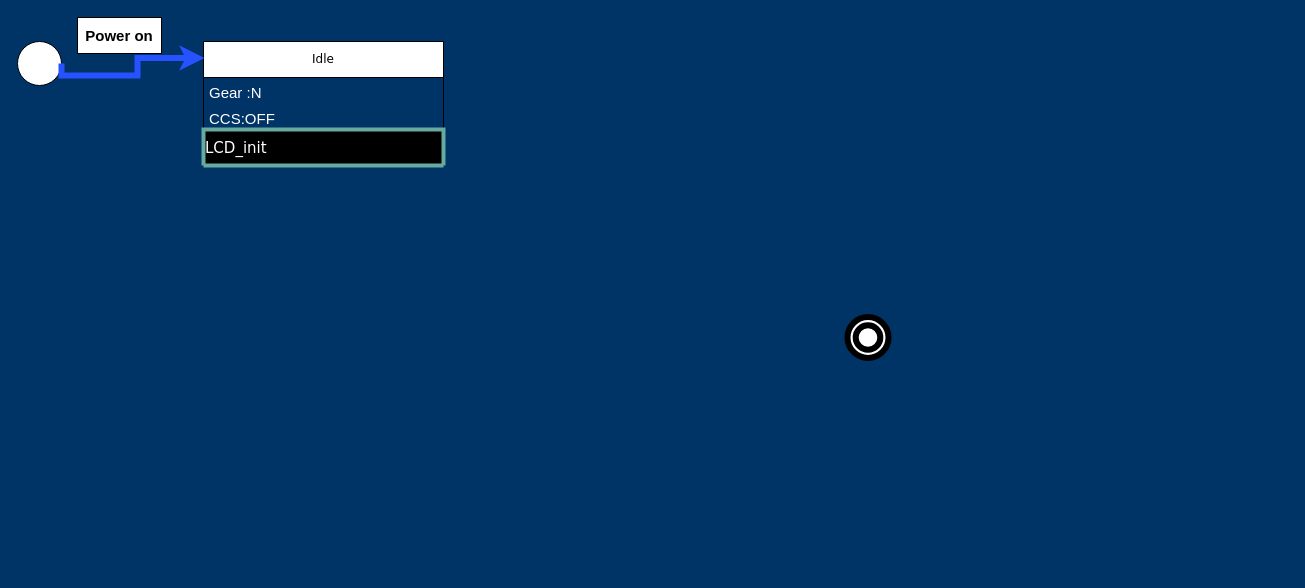
HESHAM47GAMAL/Car_system keeps this draw.io diagram as Car_system.drawio. Above is the earlier version. Source tidied: cells renumbered, new cells numbered last; positions are measured from the earlier drawing's top-left corner, leaving out a move shared by most shapes. Both pictures are drawn from the tidied source at 100%, with x=0, y=0 at pixel (17, 17).
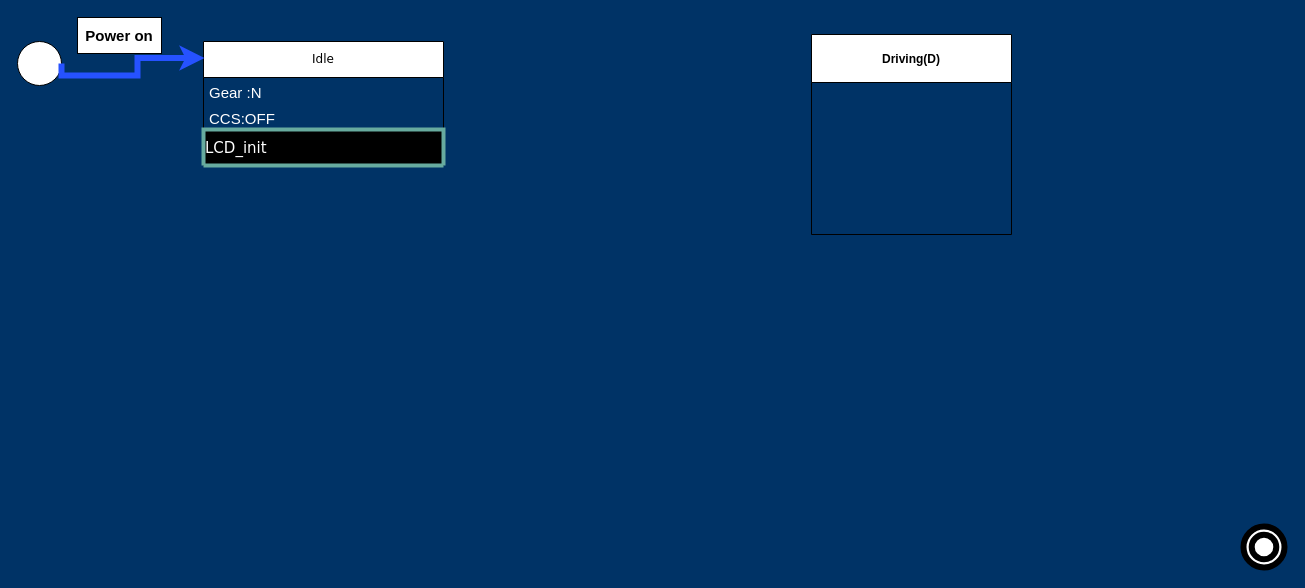
After the change.

Diff of the diagram source:
```diff
@@
 <mxGraphModel background="#003366">
   <root>
     <mxCell id="0" />
     <mxCell id="1" parent="0" />
     <mxCell id="2" style="ellipse;whiteSpace=wrap;html=1;" parent="1" vertex="1">
       <mxGeometry y="24" width="44" height="44" as="geometry" />
     </mxCell>
     <mxCell id="3" style="ellipse;shape=doubleEllipse;whiteSpace=wrap;html=1;gradientColor=none;fillColor=default;fillStyle=auto;shadow=0;textShadow=0;perimeterSpacing=0;strokeWidth=6;" parent="1" vertex="1">
-      <mxGeometry x="830" y="299.5" width="41" height="41" as="geometry" />
+      <mxGeometry x="1226" y="509" width="41" height="41" as="geometry" />
     </mxCell>
     <mxCell id="4" value="Idle" style="swimlane;fontStyle=0;horizontal=1;startSize=36;whiteSpace=wrap;html=1;fontFamily=Verdana;fontColor=default;rounded=0;gradientColor=none;swimlaneFillColor=none;" parent="1" vertex="1">
       <mxGeometry x="186" y="24" width="240" height="124" as="geometry" />
     </mxCell>
     <mxCell id="5" value="&lt;font style=&quot;font-size: 15px;&quot; color=&quot;#ffffff&quot;&gt;Gear :N&lt;/font&gt;" style="text;strokeColor=none;fillColor=none;align=left;verticalAlign=top;spacingLeft=4;spacingRight=4;overflow=hidden;whiteSpace=wrap;html=1;" parent="4" vertex="1">
       <mxGeometry y="36" width="240" height="26" as="geometry" />
     </mxCell>
     <mxCell id="6" value="&lt;font style=&quot;font-size: 15px;&quot; color=&quot;#ffffff&quot;&gt;CCS:OFF&lt;/font&gt;" style="text;strokeColor=none;fillColor=none;align=left;verticalAlign=top;spacingLeft=4;spacingRight=4;overflow=hidden;whiteSpace=wrap;html=1;" parent="4" vertex="1">
       <mxGeometry y="62" width="240" height="26" as="geometry" />
     </mxCell>
     <mxCell id="7" value="&lt;font style=&quot;font-size: 15px;&quot;&gt;LCD_init&lt;/font&gt;" style="swimlane;fontStyle=0;horizontal=1;startSize=36;whiteSpace=wrap;html=1;fontFamily=Verdana;fontColor=#FFFFFF;rounded=0;fillColor=#000000;align=left;strokeColor=#67AB9F;strokeWidth=4;" parent="4" vertex="1" collapsed="1">
       <mxGeometry y="88" width="240" height="36" as="geometry" />
     </mxCell>
     <mxCell id="8" style="edgeStyle=orthogonalEdgeStyle;rounded=0;jettySize=auto;html=1;exitX=1;exitY=0.5;exitDx=0;exitDy=0;entryX=0.004;entryY=0.133;entryDx=0;entryDy=0;entryPerimeter=0;strokeWidth=6;strokeColor=#2652FF;" parent="1" edge="1" source="2" target="4">
       <mxGeometry relative="1" as="geometry">
         <Array as="points">
           <mxPoint x="120" y="58" />
           <mxPoint x="120" y="41" />
         </Array>
       </mxGeometry>
     </mxCell>
     <mxCell id="9" value="&lt;font style=&quot;font-size: 15px;&quot;&gt;&lt;b&gt;Power on&lt;/b&gt;&lt;/font&gt;" style="rounded=0;whiteSpace=wrap;html=1;" parent="1" vertex="1">
       <mxGeometry x="60" width="84" height="36" as="geometry" />
     </mxCell>
+    <mxCell id="10" value="Driving(D)" style="swimlane;startSize=48;" parent="1" vertex="1">
+      <mxGeometry x="794" y="17" width="200" height="200" as="geometry" />
+    </mxCell>
   </root>
 </mxGraphModel>
```
